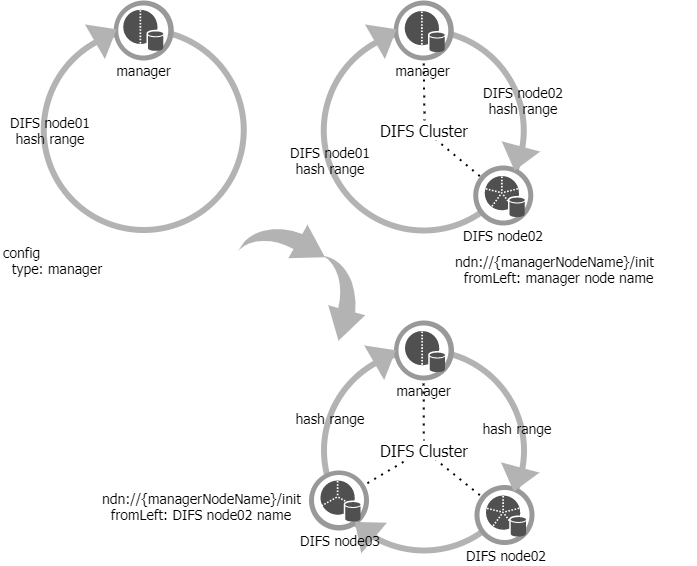
Earlier version of the draw.io export img/acm21-cluster.png (uni2u/difs). Source tidied: cells renumbered, new cells last; positions are measured from the earlier drawing's top-left corner, leaving out a move shared by most shapes.
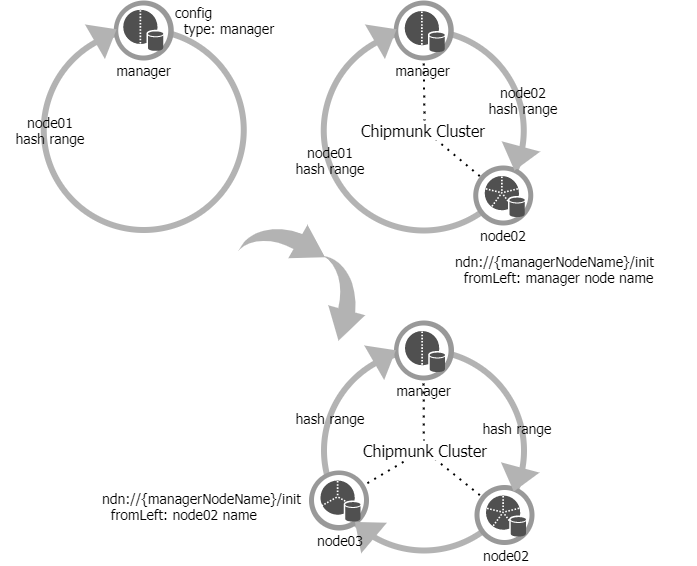
The same diagram one commit later.

Diff of the diagram source:
```diff
@@ -44,7 +44,7 @@
     <mxCell id="15" value="manager" style="text;html=1;strokeColor=none;fillColor=none;align=center;verticalAlign=middle;whiteSpace=wrap;rounded=0;fontSize=14;fontFamily=Tahoma;" parent="1" vertex="1">
       <mxGeometry x="362.5" y="380" width="121" height="20" as="geometry" />
     </mxCell>
-    <mxCell id="16" value="DIFS node02" style="text;html=1;strokeColor=none;fillColor=none;align=center;verticalAlign=middle;whiteSpace=wrap;rounded=0;fontSize=14;fontFamily=Tahoma;" parent="1" vertex="1">
+    <mxCell id="16" value="node02" style="text;html=1;strokeColor=none;fillColor=none;align=center;verticalAlign=middle;whiteSpace=wrap;rounded=0;fontSize=14;fontFamily=Tahoma;" parent="1" vertex="1">
       <mxGeometry x="445.5" y="544.5" width="120" height="20" as="geometry" />
     </mxCell>
     <mxCell id="17" style="ellipse;whiteSpace=wrap;html=1;strokeColor=none;fillColor=#FFFFFF;" parent="1" vertex="1">
@@ -68,16 +68,16 @@
     <mxCell id="23" style="ellipse;whiteSpace=wrap;html=1;" parent="1" vertex="1">
       <mxGeometry x="421" y="447.5" width="5" height="5" as="geometry" />
     </mxCell>
-    <mxCell id="24" value="DIFS Cluster" style="text;html=1;strokeColor=none;align=center;verticalAlign=middle;whiteSpace=wrap;rounded=0;dashed=1;fontFamily=Tahoma;fontSize=16;fillColor=#ffffff;" parent="1" vertex="1">
-      <mxGeometry x="363.5" y="440" width="120" height="20" as="geometry" />
+    <mxCell id="24" value="Chipmunk Cluster" style="text;html=1;strokeColor=none;align=center;verticalAlign=middle;whiteSpace=wrap;rounded=0;dashed=1;fontFamily=Tahoma;fontSize=16;fillColor=#ffffff;" parent="1" vertex="1">
+      <mxGeometry x="354.5" y="440" width="140" height="20" as="geometry" />
     </mxCell>
     <mxCell id="25" style="triangle;whiteSpace=wrap;html=1;dashed=1;fontFamily=Tahoma;fontSize=16;align=center;fontColor=#333333;strokeColor=none;fillColor=#B3B3B3;rotation=-140;" parent="1" vertex="1">
       <mxGeometry x="351.5" y="509.5" width="25" height="40" as="geometry" />
     </mxCell>
-    <mxCell id="26" value="DIFS node03" style="text;html=1;strokeColor=none;fillColor=none;align=center;verticalAlign=middle;whiteSpace=wrap;rounded=0;fontSize=14;fontFamily=Tahoma;" parent="1" vertex="1">
+    <mxCell id="26" value="node03" style="text;html=1;strokeColor=none;fillColor=none;align=center;verticalAlign=middle;whiteSpace=wrap;rounded=0;fontSize=14;fontFamily=Tahoma;" parent="1" vertex="1">
       <mxGeometry x="280" y="529.5" width="120" height="20" as="geometry" />
     </mxCell>
-    <mxCell id="27" value="DIFS node01&lt;br style=&quot;font-size: 14px;&quot;&gt;hash range" style="text;html=1;strokeColor=none;fillColor=none;align=center;verticalAlign=middle;whiteSpace=wrap;rounded=0;fontSize=14;fontFamily=Tahoma;" parent="1" vertex="1">
+    <mxCell id="27" value="node01&lt;br style=&quot;font-size: 14px&quot;&gt;hash range" style="text;html=1;strokeColor=none;fillColor=none;align=center;verticalAlign=middle;whiteSpace=wrap;rounded=0;fontSize=14;fontFamily=Tahoma;" parent="1" vertex="1">
       <mxGeometry y="109.5" width="100" height="40" as="geometry" />
     </mxCell>
     <mxCell id="28" style="ellipse;whiteSpace=wrap;html=1;fontFamily=Tahoma;fontSize=18;strokeWidth=6;strokeColor=#B3B3B3;fillColor=none;" parent="1" vertex="1">
@@ -98,7 +98,7 @@
     <mxCell id="33" value="manager" style="text;html=1;strokeColor=none;fillColor=none;align=center;verticalAlign=middle;whiteSpace=wrap;rounded=0;fontSize=14;fontFamily=Tahoma;" parent="1" vertex="1">
       <mxGeometry x="362.2" y="60" width="121" height="20" as="geometry" />
     </mxCell>
-    <mxCell id="34" value="DIFS node02" style="text;html=1;strokeColor=none;fillColor=none;align=center;verticalAlign=middle;whiteSpace=wrap;rounded=0;fontSize=14;fontFamily=Tahoma;" parent="1" vertex="1">
+    <mxCell id="34" value="node02" style="text;html=1;strokeColor=none;fillColor=none;align=center;verticalAlign=middle;whiteSpace=wrap;rounded=0;fontSize=14;fontFamily=Tahoma;" parent="1" vertex="1">
       <mxGeometry x="442.8" y="225" width="120" height="20" as="geometry" />
     </mxCell>
     <mxCell id="35" style="ellipse;whiteSpace=wrap;html=1;strokeColor=none;fillColor=#FFFFFF;" parent="1" vertex="1">
@@ -116,8 +116,8 @@
     <mxCell id="39" style="ellipse;whiteSpace=wrap;html=1;" parent="1" vertex="1">
       <mxGeometry x="421.8" y="127.5" width="5" height="5" as="geometry" />
     </mxCell>
-    <mxCell id="40" value="DIFS Cluster" style="text;html=1;strokeColor=none;align=center;verticalAlign=middle;whiteSpace=wrap;rounded=0;dashed=1;fontFamily=Tahoma;fontSize=16;fillColor=#ffffff;" parent="1" vertex="1">
-      <mxGeometry x="364.2" y="120" width="120" height="20" as="geometry" />
+    <mxCell id="40" value="Chipmunk Cluster" style="text;html=1;strokeColor=none;align=center;verticalAlign=middle;whiteSpace=wrap;rounded=0;dashed=1;fontFamily=Tahoma;fontSize=16;fillColor=#ffffff;" parent="1" vertex="1">
+      <mxGeometry x="347.8" y="120" width="149.9" height="20" as="geometry" />
     </mxCell>
     <mxCell id="41" style="triangle;whiteSpace=wrap;html=1;dashed=1;fontFamily=Tahoma;fontSize=16;align=center;fontColor=#333333;strokeColor=none;fillColor=#B3B3B3;rotation=-30;" parent="1" vertex="1">
       <mxGeometry x="372.8" y="15" width="25" height="40" as="geometry" />
@@ -131,10 +131,10 @@
     <mxCell id="44" style="triangle;whiteSpace=wrap;html=1;dashed=1;fontFamily=Tahoma;fontSize=16;align=center;fontColor=#333333;strokeColor=none;fillColor=#B3B3B3;rotation=105;" parent="1" vertex="1">
       <mxGeometry x="504" y="459" width="25" height="40" as="geometry" />
     </mxCell>
-    <mxCell id="45" value="DIFS node01&lt;br style=&quot;font-size: 14px;&quot;&gt;hash range" style="text;html=1;strokeColor=none;fillColor=none;align=center;verticalAlign=middle;whiteSpace=wrap;rounded=0;fontSize=14;fontFamily=Tahoma;" parent="1" vertex="1">
+    <mxCell id="45" value="node01&lt;br style=&quot;font-size: 14px&quot;&gt;hash range" style="text;html=1;strokeColor=none;fillColor=none;align=center;verticalAlign=middle;whiteSpace=wrap;rounded=0;fontSize=14;fontFamily=Tahoma;" parent="1" vertex="1">
       <mxGeometry x="280" y="140" width="100" height="40" as="geometry" />
     </mxCell>
-    <mxCell id="46" value="DIFS node02&lt;br style=&quot;font-size: 14px&quot;&gt;hash range" style="text;html=1;strokeColor=none;fillColor=none;align=center;verticalAlign=middle;whiteSpace=wrap;rounded=0;fontSize=14;fontFamily=Tahoma;" parent="1" vertex="1">
+    <mxCell id="46" value="node02&lt;br style=&quot;font-size: 14px&quot;&gt;hash range" style="text;html=1;strokeColor=none;fillColor=none;align=center;verticalAlign=middle;whiteSpace=wrap;rounded=0;fontSize=14;fontFamily=Tahoma;" parent="1" vertex="1">
       <mxGeometry x="472.8" y="80" width="100" height="40" as="geometry" />
     </mxCell>
     <mxCell id="47" value="hash range" style="text;html=1;strokeColor=none;fillColor=none;align=center;verticalAlign=middle;whiteSpace=wrap;rounded=0;fontSize=14;fontFamily=Tahoma;" parent="1" vertex="1">
@@ -146,11 +146,11 @@
     <mxCell id="49" value="ndn://{managerNodeName}/init&lt;br&gt;&amp;nbsp; fromLeft: manager node name" style="text;html=1;strokeColor=none;fillColor=none;align=left;verticalAlign=middle;whiteSpace=wrap;rounded=0;fontSize=14;fontFamily=Tahoma;" parent="1" vertex="1">
       <mxGeometry x="453.2" y="245" width="242.2" height="47.2" as="geometry" />
     </mxCell>
-    <mxCell id="50" value="ndn://{managerNodeName}/init&lt;br&gt;&amp;nbsp; fromLeft: DIFS node02 name" style="text;html=1;strokeColor=none;fillColor=none;align=left;verticalAlign=middle;whiteSpace=wrap;rounded=0;fontSize=14;fontFamily=Tahoma;" parent="1" vertex="1">
+    <mxCell id="50" value="ndn://{managerNodeName}/init&lt;br&gt;&amp;nbsp; fromLeft: node02 name" style="text;html=1;strokeColor=none;fillColor=none;align=left;verticalAlign=middle;whiteSpace=wrap;rounded=0;fontSize=14;fontFamily=Tahoma;" parent="1" vertex="1">
       <mxGeometry x="100" y="482.8" width="242.2" height="47.2" as="geometry" />
     </mxCell>
     <mxCell id="51" value="config&lt;br&gt;&amp;nbsp; type: manager" style="text;html=1;strokeColor=none;fillColor=none;align=left;verticalAlign=middle;whiteSpace=wrap;rounded=0;fontSize=14;fontFamily=Tahoma;" parent="1" vertex="1">
-      <mxGeometry x="1" y="240" width="159" height="40" as="geometry" />
+      <mxGeometry x="173.2" width="159" height="40" as="geometry" />
     </mxCell>
     <mxCell id="52" style="group;" parent="1" vertex="1">
       <mxGeometry x="236.9" y="200" width="140.5" height="145.1" as="geometry" />
```
